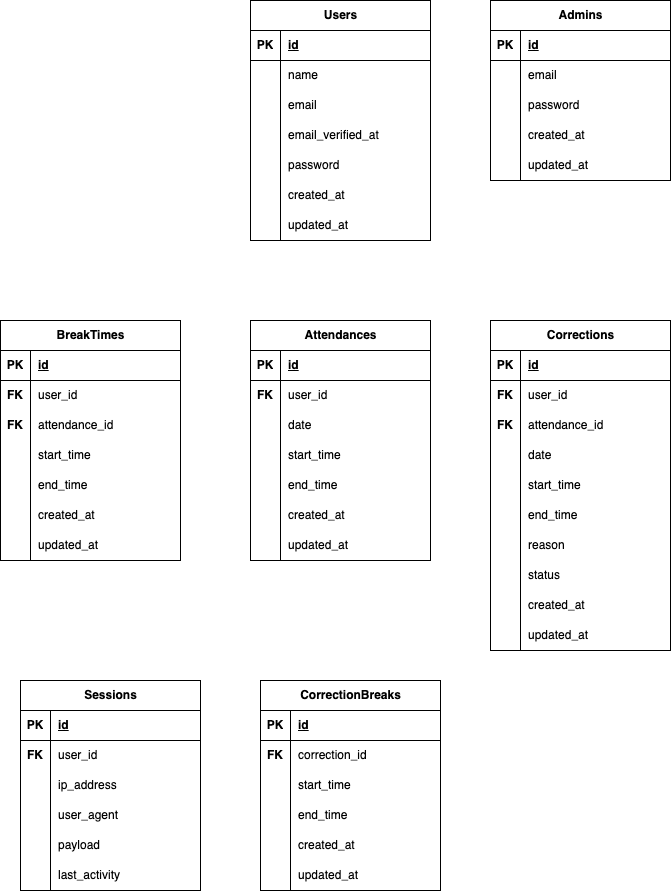
Earlier version of the draw.io export src/index.drawio.png (aika-nag/time-attendance). Source tidied: cells renumbered, new cells last; positions are measured from the earlier drawing's top-left corner, leaving out a move shared by most shapes.
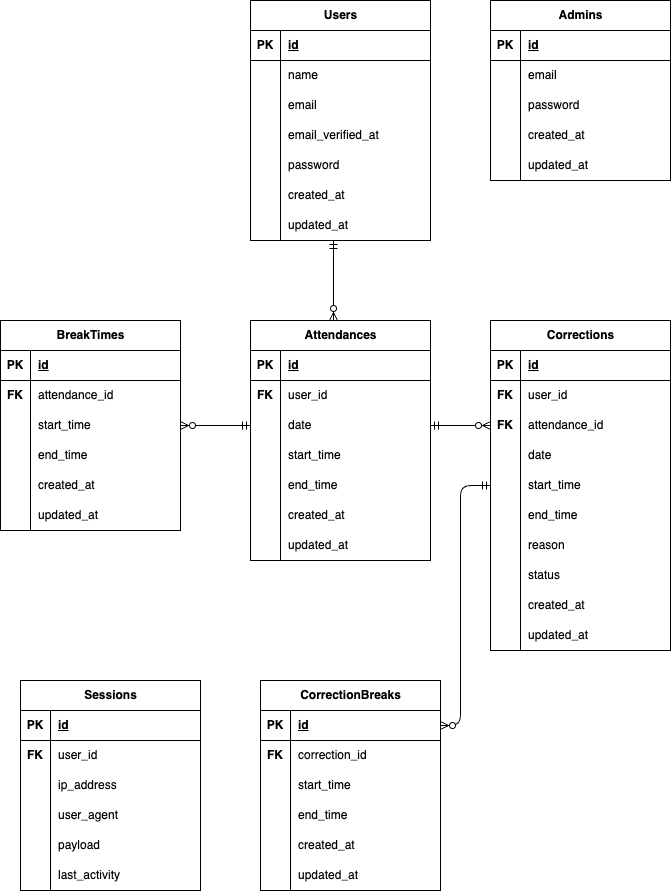
The same diagram one commit later.

Change to the diagram source:
```diff
@@ -276,7 +276,7 @@
       <mxGeometry x="30" width="150" height="30" as="geometry" />
     </mxCell>
     <mxCell id="93" value="BreakTimes" style="shape=table;startSize=30;rowLines=0;fontStyle=1;align=center;html=1;" parent="1" vertex="1">
-      <mxGeometry y="320" width="180" height="240" as="geometry" />
+      <mxGeometry y="320" width="180" height="210" as="geometry" />
     </mxCell>
     <mxCell id="94" style="shape=tableRow;horizontal=0;startSize=0;swimlaneHead=0;swimlaneBody=0;fillColor=none;top=0;left=0;right=0;bottom=1;" parent="93" vertex="1">
       <mxGeometry y="30" width="180" height="30" as="geometry" />
@@ -287,17 +287,8 @@
     <mxCell id="96" value="id" style="shape=partialRectangle;fillColor=none;top=0;left=0;bottom=0;right=0;align=left;spacingLeft=6;fontStyle=5;overflow=hidden;whiteSpace=wrap;html=1;" parent="94" vertex="1">
       <mxGeometry x="30" width="150" height="30" as="geometry" />
     </mxCell>
-    <mxCell id="97" style="shape=tableRow;horizontal=0;startSize=0;swimlaneHead=0;swimlaneBody=0;fillColor=none;top=0;left=0;right=0;bottom=0;" parent="93" vertex="1">
-      <mxGeometry y="60" width="180" height="30" as="geometry" />
-    </mxCell>
-    <mxCell id="98" value="FK" style="shape=partialRectangle;fillColor=none;top=0;left=0;bottom=0;right=0;overflow=hidden;whiteSpace=wrap;html=1;fontStyle=1;" parent="97" vertex="1">
-      <mxGeometry width="30" height="30" as="geometry" />
-    </mxCell>
-    <mxCell id="99" value="user_id" style="shape=partialRectangle;fillColor=none;top=0;left=0;bottom=0;right=0;align=left;spacingLeft=6;overflow=hidden;whiteSpace=wrap;html=1;" parent="97" vertex="1">
-      <mxGeometry x="30" width="150" height="30" as="geometry" />
-    </mxCell>
     <mxCell id="100" style="shape=tableRow;horizontal=0;startSize=0;swimlaneHead=0;swimlaneBody=0;fillColor=none;top=0;left=0;right=0;bottom=0;" parent="93" vertex="1">
-      <mxGeometry y="90" width="180" height="30" as="geometry" />
+      <mxGeometry y="60" width="180" height="30" as="geometry" />
     </mxCell>
     <mxCell id="101" value="FK" style="shape=partialRectangle;fillColor=none;top=0;left=0;bottom=0;right=0;overflow=hidden;whiteSpace=wrap;html=1;fontStyle=1;" parent="100" vertex="1">
       <mxGeometry width="30" height="30" as="geometry" />
@@ -306,7 +297,7 @@
       <mxGeometry x="30" width="150" height="30" as="geometry" />
     </mxCell>
     <mxCell id="103" style="shape=tableRow;horizontal=0;startSize=0;swimlaneHead=0;swimlaneBody=0;fillColor=none;points=[[0,0.5],[1,0.5]];portConstraint=eastwest;top=0;left=0;right=0;bottom=0;" parent="93" vertex="1">
-      <mxGeometry y="120" width="180" height="30" as="geometry" />
+      <mxGeometry y="90" width="180" height="30" as="geometry" />
     </mxCell>
     <mxCell id="104" style="shape=partialRectangle;fillColor=none;top=0;left=0;bottom=0;right=0;overflow=hidden;whiteSpace=wrap;html=1;" parent="103" vertex="1">
       <mxGeometry width="30" height="30" as="geometry" />
@@ -315,7 +306,7 @@
       <mxGeometry x="30" width="150" height="30" as="geometry" />
     </mxCell>
     <mxCell id="106" style="shape=tableRow;horizontal=0;startSize=0;swimlaneHead=0;swimlaneBody=0;fillColor=none;top=0;left=0;right=0;bottom=0;" parent="93" vertex="1">
-      <mxGeometry y="150" width="180" height="30" as="geometry" />
+      <mxGeometry y="120" width="180" height="30" as="geometry" />
     </mxCell>
     <mxCell id="107" style="shape=partialRectangle;fillColor=none;top=0;left=0;bottom=0;right=0;overflow=hidden;whiteSpace=wrap;html=1;" parent="106" vertex="1">
       <mxGeometry width="30" height="30" as="geometry" />
@@ -324,7 +315,7 @@
       <mxGeometry x="30" width="150" height="30" as="geometry" />
     </mxCell>
     <mxCell id="109" style="shape=tableRow;horizontal=0;startSize=0;swimlaneHead=0;swimlaneBody=0;fillColor=none;top=0;left=0;right=0;bottom=0;" parent="93" vertex="1">
-      <mxGeometry y="180" width="180" height="30" as="geometry" />
+      <mxGeometry y="150" width="180" height="30" as="geometry" />
     </mxCell>
     <mxCell id="110" style="shape=partialRectangle;fillColor=none;top=0;left=0;bottom=0;right=0;overflow=hidden;whiteSpace=wrap;html=1;" parent="109" vertex="1">
       <mxGeometry width="30" height="30" as="geometry" />
@@ -333,7 +324,7 @@
       <mxGeometry x="30" width="150" height="30" as="geometry" />
     </mxCell>
     <mxCell id="112" style="shape=tableRow;horizontal=0;startSize=0;swimlaneHead=0;swimlaneBody=0;fillColor=none;top=0;left=0;right=0;bottom=0;" parent="93" vertex="1">
-      <mxGeometry y="210" width="180" height="30" as="geometry" />
+      <mxGeometry y="180" width="180" height="30" as="geometry" />
     </mxCell>
     <mxCell id="113" style="shape=partialRectangle;fillColor=none;top=0;left=0;bottom=0;right=0;overflow=hidden;whiteSpace=wrap;html=1;" parent="112" vertex="1">
       <mxGeometry width="30" height="30" as="geometry" />
@@ -455,5 +446,25 @@
     <mxCell id="152" value="last_activity" style="shape=partialRectangle;fillColor=none;top=0;left=0;bottom=0;right=0;align=left;spacingLeft=6;overflow=hidden;whiteSpace=wrap;html=1;" parent="150" vertex="1">
       <mxGeometry x="30" width="150" height="30" as="geometry" />
     </mxCell>
+    <mxCell id="153" style="fontSize=12;html=1;endArrow=ERzeroToMany;startArrow=ERmandOne;" parent="1" edge="1">
+      <mxGeometry relative="1" as="geometry">
+        <mxPoint x="333" y="240" as="sourcePoint" />
+        <mxPoint x="333" y="320" as="targetPoint" />
+      </mxGeometry>
+    </mxCell>
+    <mxCell id="154" style="fontSize=12;html=1;endArrow=ERzeroToMany;startArrow=ERmandOne;entryX=1;entryY=0.5;entryDx=0;entryDy=0;exitX=0;exitY=0.5;exitDx=0;exitDy=0;" parent="1" edge="1" source="47" target="103">
+      <mxGeometry relative="1" as="geometry" />
+    </mxCell>
+    <mxCell id="155" style="fontSize=12;html=1;endArrow=ERzeroToMany;startArrow=ERmandOne;exitX=1;exitY=0.5;exitDx=0;exitDy=0;entryX=0;entryY=0.5;entryDx=0;entryDy=0;" parent="1" edge="1" source="47" target="69">
+      <mxGeometry relative="1" as="geometry" />
+    </mxCell>
+    <mxCell id="156" style="fontSize=12;html=1;endArrow=ERzeroToMany;startArrow=ERmandOne;exitX=0;exitY=0.5;exitDx=0;exitDy=0;entryX=1;entryY=0.5;entryDx=0;entryDy=0;edgeStyle=orthogonalEdgeStyle;" parent="1" edge="1" source="75" target="116">
+      <mxGeometry relative="1" as="geometry">
+        <Array as="points">
+          <mxPoint x="460" y="485" />
+          <mxPoint x="460" y="725" />
+        </Array>
+      </mxGeometry>
+    </mxCell>
   </root>
 </mxGraphModel>
```
